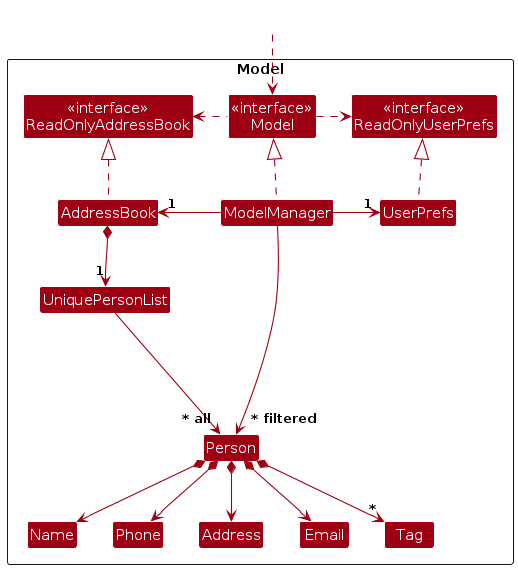
This is diagrams/ModelClassDiagram.png from AY2627S1-CS2103T-T17-3/tp, a PlantUML export, as it was before one commit. Its source is kept beside it as diagrams/ModelClassDiagram.puml.
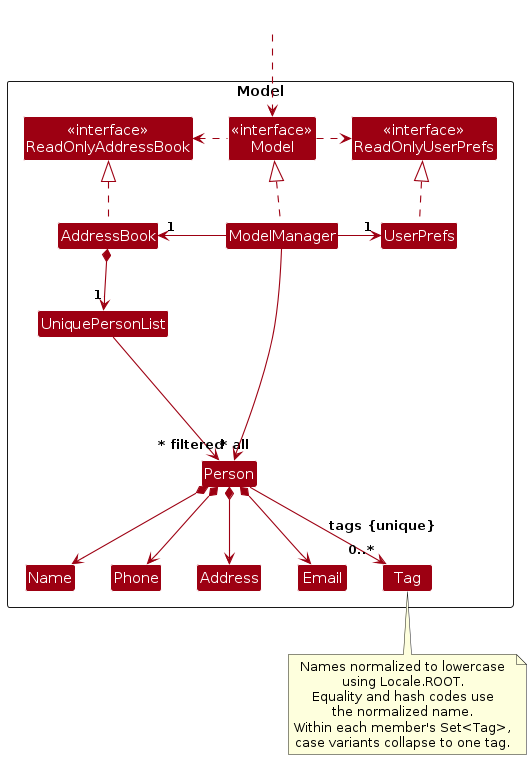
The same file after the commit.

Change to the diagram source:
```diff
@@ -41,7 +41,16 @@
 Person *--> Phone
 Person *--> Email
 Person *--> Address
-Person *--> "*" Tag
+Person --> "0..*" Tag : tags {unique}
+
+note bottom of Tag
+  Names normalized to lowercase
+  using Locale.ROOT.
+  Equality and hash codes use
+  the normalized name.
+  Within each member's Set<Tag>,
+  case variants collapse to one tag.
+end note
 
 Person -[hidden]up--> I
 UniquePersonList -[hidden]right-> I
```
